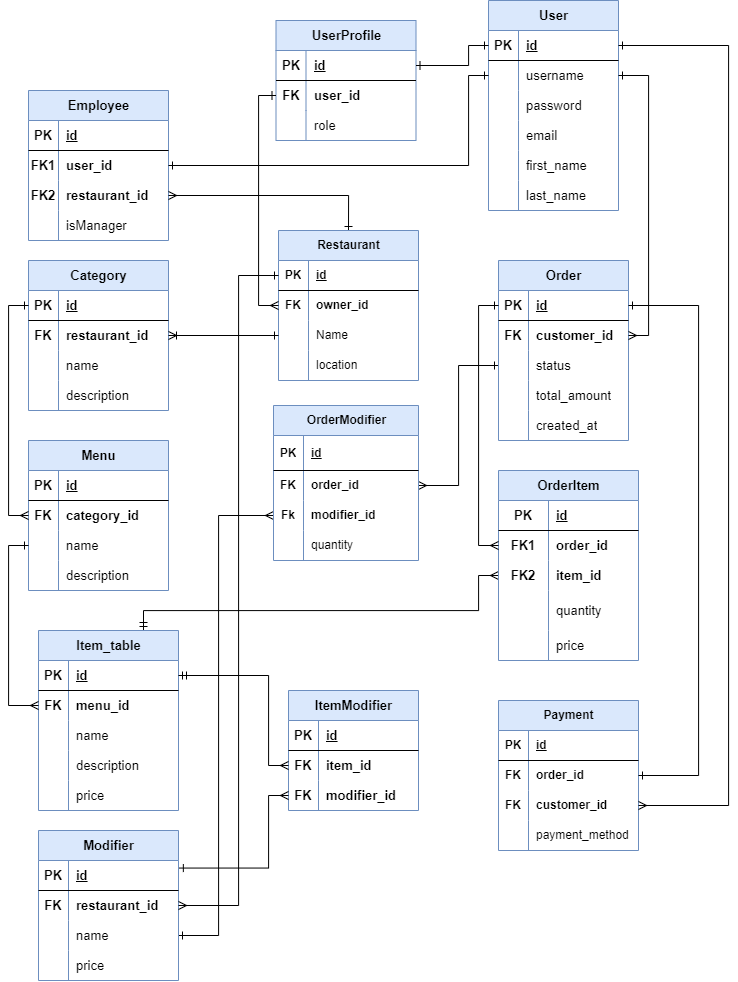
Above: food_delivery.png in almusfuad/food_delivery_DK (draw.io), before the change. Source tidied: cells renumbered, new cells last; positions are measured from the earlier drawing's top-left corner, leaving out a move shared by most shapes.
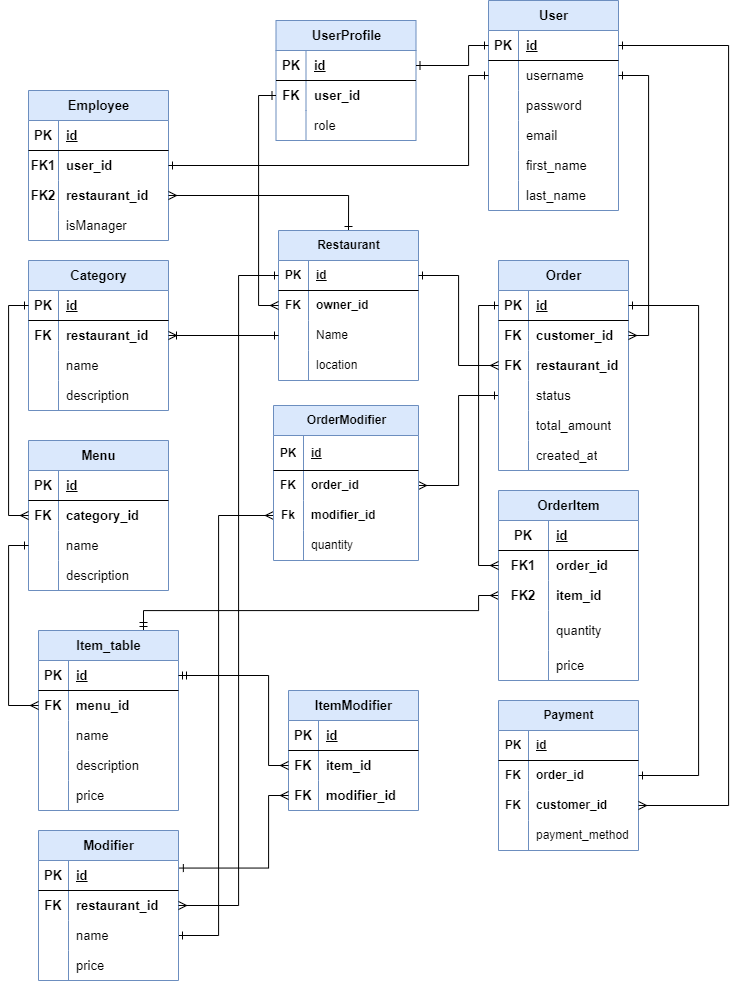
After the commit.

The edit, as a diff of the source:
```diff
@@ -46,7 +46,7 @@
         <Array as="points">
           <mxPoint x="115" y="610" />
           <mxPoint x="450" y="610" />
-          <mxPoint x="450" y="575" />
+          <mxPoint x="450" y="595" />
         </Array>
       </mxGeometry>
     </mxCell>
@@ -179,7 +179,7 @@
       <mxGeometry relative="1" as="geometry" />
     </mxCell>
     <mxCell id="57" value="Order" style="shape=table;startSize=30;rowLines=0;fontStyle=1;align=center;html=1;fillColor=#dae8fc;strokeColor=#6c8ebf;fontSize=13;" parent="1" vertex="1">
-      <mxGeometry x="470" y="260" width="130" height="180" as="geometry" />
+      <mxGeometry x="470" y="260" width="130" height="210" as="geometry" />
     </mxCell>
     <mxCell id="58" style="shape=tableRow;horizontal=0;startSize=0;swimlaneHead=0;swimlaneBody=0;fillColor=none;points=[[0,0.5],[1,0.5]];portConstraint=eastwest;top=0;left=0;right=0;bottom=1;fontSize=13;" parent="57" vertex="1">
       <mxGeometry y="30" width="130" height="30" as="geometry" />
@@ -199,8 +199,17 @@
     <mxCell id="63" value="&lt;b style=&quot;font-size: 13px;&quot;&gt;customer_id&lt;/b&gt;" style="shape=partialRectangle;fillColor=none;top=0;left=0;bottom=0;right=0;align=left;spacingLeft=6;overflow=hidden;whiteSpace=wrap;html=1;fontSize=13;" parent="61" vertex="1">
       <mxGeometry x="30" width="100" height="30" as="geometry" />
     </mxCell>
+    <mxCell id="197" style="shape=tableRow;horizontal=0;startSize=0;swimlaneHead=0;swimlaneBody=0;fillColor=none;points=[[0,0.5],[1,0.5]];portConstraint=eastwest;top=0;left=0;right=0;bottom=0;fontSize=13;" parent="57" vertex="1">
+      <mxGeometry y="90" width="130" height="30" as="geometry" />
+    </mxCell>
+    <mxCell id="198" value="&lt;b style=&quot;font-size: 13px;&quot;&gt;FK&lt;/b&gt;" style="shape=partialRectangle;fillColor=none;top=0;left=0;bottom=0;right=0;overflow=hidden;whiteSpace=wrap;html=1;fontSize=13;" parent="197" vertex="1">
+      <mxGeometry width="30" height="30" as="geometry" />
+    </mxCell>
+    <mxCell id="199" value="&lt;b&gt;restaurant_id&lt;/b&gt;" style="shape=partialRectangle;fillColor=none;top=0;left=0;bottom=0;right=0;align=left;spacingLeft=6;overflow=hidden;whiteSpace=wrap;html=1;fontSize=13;" parent="197" vertex="1">
+      <mxGeometry x="30" width="100" height="30" as="geometry" />
+    </mxCell>
     <mxCell id="64" style="shape=tableRow;horizontal=0;startSize=0;swimlaneHead=0;swimlaneBody=0;fillColor=none;points=[[0,0.5],[1,0.5]];portConstraint=eastwest;top=0;left=0;right=0;bottom=0;fontSize=13;" parent="57" vertex="1">
-      <mxGeometry y="90" width="130" height="30" as="geometry" />
+      <mxGeometry y="120" width="130" height="30" as="geometry" />
     </mxCell>
     <mxCell id="65" style="shape=partialRectangle;fillColor=none;top=0;left=0;bottom=0;right=0;overflow=hidden;whiteSpace=wrap;html=1;fontSize=13;" parent="64" vertex="1">
       <mxGeometry width="30" height="30" as="geometry" />
@@ -209,7 +218,7 @@
       <mxGeometry x="30" width="100" height="30" as="geometry" />
     </mxCell>
     <mxCell id="67" style="shape=tableRow;horizontal=0;startSize=0;swimlaneHead=0;swimlaneBody=0;fillColor=none;top=0;left=0;right=0;bottom=0;fontSize=13;" parent="57" vertex="1">
-      <mxGeometry y="120" width="130" height="30" as="geometry" />
+      <mxGeometry y="150" width="130" height="30" as="geometry" />
     </mxCell>
     <mxCell id="68" style="shape=partialRectangle;fillColor=none;top=0;left=0;bottom=0;right=0;overflow=hidden;whiteSpace=wrap;html=1;fontSize=13;" parent="67" vertex="1">
       <mxGeometry width="30" height="30" as="geometry" />
@@ -218,7 +227,7 @@
       <mxGeometry x="30" width="100" height="30" as="geometry" />
     </mxCell>
     <mxCell id="70" style="shape=tableRow;horizontal=0;startSize=0;swimlaneHead=0;swimlaneBody=0;fillColor=none;top=0;left=0;right=0;bottom=0;fontSize=13;" parent="57" vertex="1">
-      <mxGeometry y="150" width="130" height="30" as="geometry" />
+      <mxGeometry y="180" width="130" height="30" as="geometry" />
     </mxCell>
     <mxCell id="71" style="shape=partialRectangle;fillColor=none;top=0;left=0;bottom=0;right=0;overflow=hidden;whiteSpace=wrap;html=1;fontSize=13;" parent="70" vertex="1">
       <mxGeometry width="30" height="30" as="geometry" />
@@ -227,7 +236,7 @@
       <mxGeometry x="30" width="100" height="30" as="geometry" />
     </mxCell>
     <mxCell id="73" value="OrderItem" style="shape=table;startSize=30;rowLines=0;fontStyle=1;align=center;html=1;fillColor=#dae8fc;strokeColor=#6c8ebf;fontSize=13;" parent="1" vertex="1">
-      <mxGeometry x="470" y="470" width="140" height="190" as="geometry" />
+      <mxGeometry x="470" y="490" width="140" height="190" as="geometry" />
     </mxCell>
     <mxCell id="74" style="shape=tableRow;horizontal=0;startSize=0;swimlaneHead=0;swimlaneBody=0;fillColor=none;top=0;left=0;right=0;bottom=1;fontSize=13;" parent="73" vertex="1">
       <mxGeometry y="30" width="140" height="30" as="geometry" />
@@ -639,5 +648,8 @@
     <mxCell id="196" style="edgeStyle=orthogonalEdgeStyle;rounded=0;jettySize=auto;html=1;exitX=0;exitY=0.5;exitDx=0;exitDy=0;entryX=1;entryY=0.5;entryDx=0;entryDy=0;startArrow=ERone;startFill=0;endArrow=ERoneToMany;endFill=0;" parent="1" edge="1" source="158" target="6">
       <mxGeometry relative="1" as="geometry" />
     </mxCell>
+    <mxCell id="200" style="edgeStyle=orthogonalEdgeStyle;rounded=0;jettySize=auto;html=1;exitX=1;exitY=0.5;exitDx=0;exitDy=0;entryX=0;entryY=0.5;entryDx=0;entryDy=0;startArrow=ERone;startFill=0;endArrow=ERmany;endFill=0;" parent="1" edge="1" source="152" target="197">
+      <mxGeometry relative="1" as="geometry" />
+    </mxCell>
   </root>
 </mxGraphModel>
```
